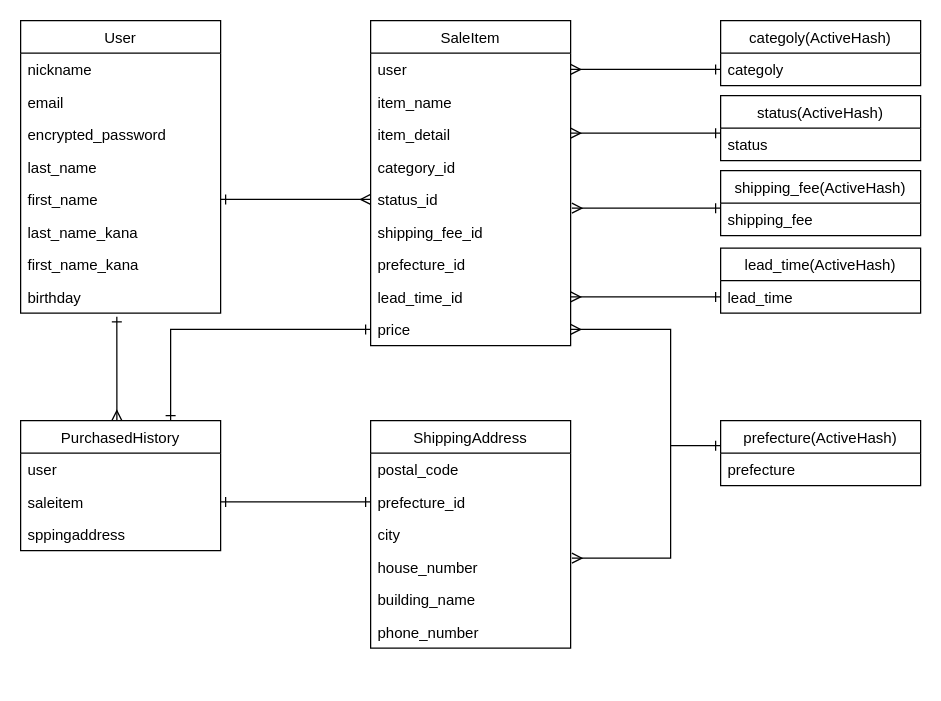
This is table.dio from KudouTom171/furima-33368, a draw.io file, before an edit. Source tidied: cells renumbered, new cells numbered last; positions are measured from the earlier drawing's top-left corner, leaving out a move shared by most shapes. Both pictures are drawn from the tidied source at 125%, with x=0, y=0 at pixel (20, 20).
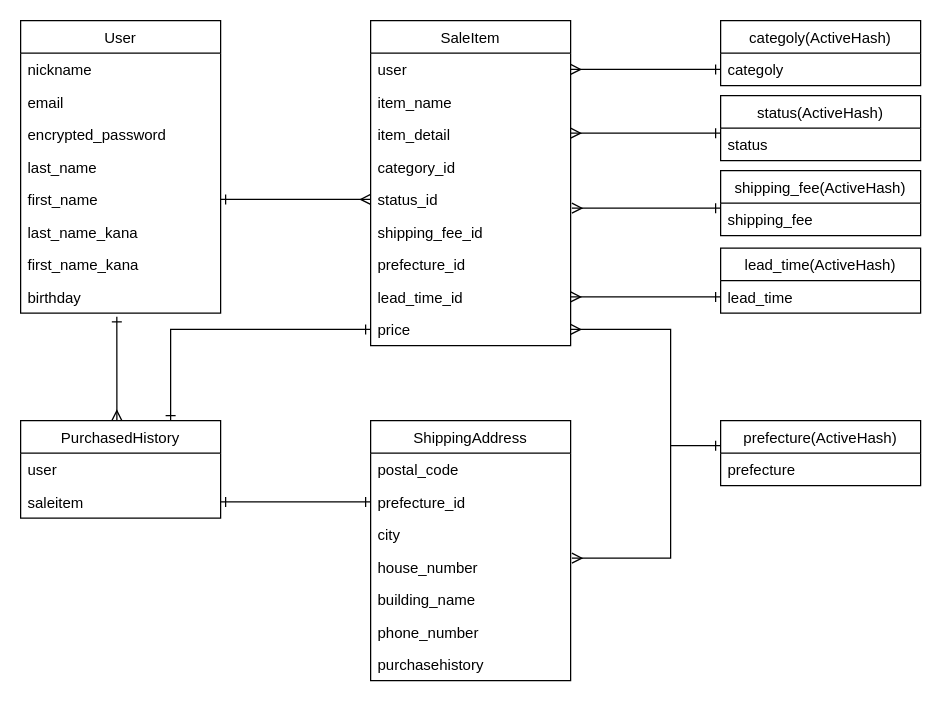
The same diagram, later.

Commit message (it also covers changes not shown here):
モデル名、アソシエーション他の修正

What changed in the source:
```diff
@@
     <mxCell id="12" value="ShippingAddress" style="swimlane;fontStyle=0;horizontal=1;startSize=26;fillColor=none;" parent="1" vertex="1">
-      <mxGeometry x="280" y="320" width="160" height="182" as="geometry" />
+      <mxGeometry x="280" y="320" width="160" height="208" as="geometry" />
     </mxCell>
@@
+    <mxCell id="53" value="phone_number" style="text;strokeColor=none;fillColor=none;align=left;verticalAlign=top;spacingLeft=4;spacingRight=4;overflow=hidden;" parent="12" vertex="1">
+      <mxGeometry y="156" width="160" height="26" as="geometry" />
+    </mxCell>
-    <mxCell id="18" value="phone_number" style="text;strokeColor=none;fillColor=none;align=left;verticalAlign=top;spacingLeft=4;spacingRight=4;overflow=hidden;" parent="12" vertex="1">
-      <mxGeometry y="156" width="160" height="26" as="geometry" />
+    <mxCell id="18" value="purchasehistory" style="text;strokeColor=none;fillColor=none;align=left;verticalAlign=top;spacingLeft=4;spacingRight=4;overflow=hidden;" parent="12" vertex="1">
+      <mxGeometry y="182" width="160" height="26" as="geometry" />
     </mxCell>
@@
     <mxCell id="48" value="PurchasedHistory" style="swimlane;fontStyle=0;horizontal=1;startSize=26;fillColor=none;" parent="1" vertex="1">
-      <mxGeometry y="320" width="160" height="104" as="geometry" />
+      <mxGeometry y="320" width="160" height="78" as="geometry" />
     </mxCell>
@@
-    <mxCell id="51" value="sppingaddress" style="text;strokeColor=none;fillColor=none;align=left;verticalAlign=top;spacingLeft=4;spacingRight=4;overflow=hidden;" parent="48" vertex="1">
-      <mxGeometry y="78" width="160" height="26" as="geometry" />
-    </mxCell>
```
